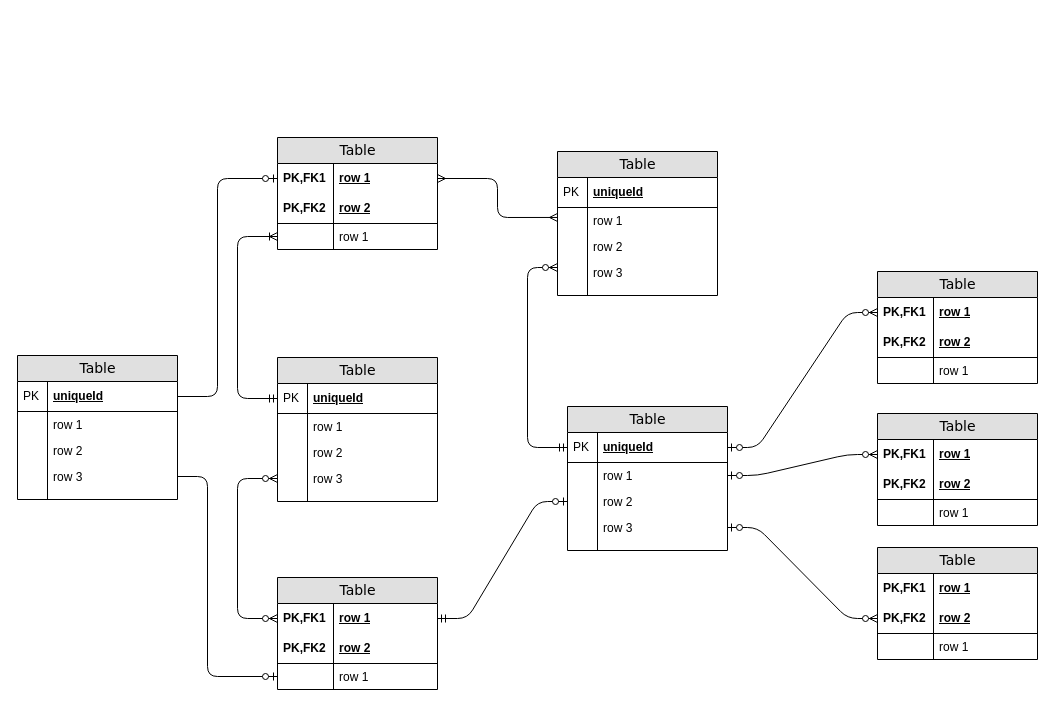
The draw.io diagram Untitled Diagram.drawio in artissce/BD_FALL2024, before the edit. Source tidied: cells renumbered, new cells numbered last; positions are measured from the earlier drawing's top-left corner, leaving out a move shared by most shapes. Both pictures are drawn from the tidied source at 100%, with x=0, y=0 at pixel (17, 137).
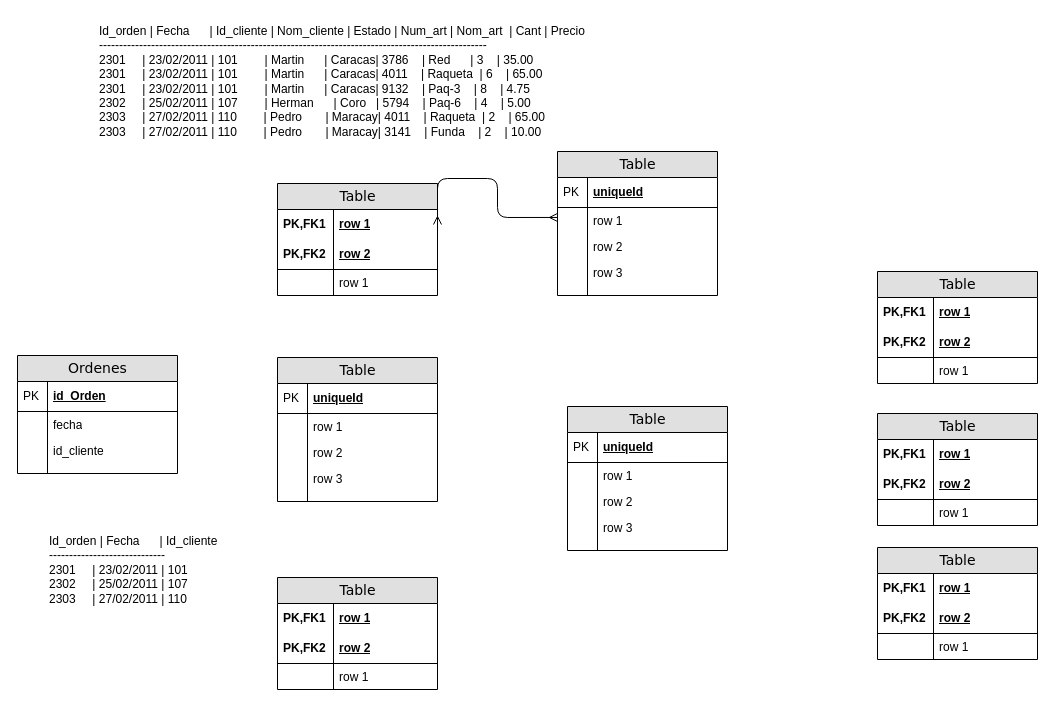
After the change.

Unchanged cells that the change refers to:
```xml
<mxCell id="3" value="row 1" style="shape=partialRectangle;top=0;left=0;right=0;bottom=0;html=1;align=left;verticalAlign=middle;fillColor=none;spacingLeft=60;spacingRight=4;whiteSpace=wrap;overflow=hidden;points=[[0,0.5],[1,0.5]];portConstraint=eastwest;fontStyle=5;" parent="2" vertex="1">
  <mxGeometry y="26" width="160" height="30" as="geometry" />
</mxCell>
<mxCell id="7" value="row 1" style="shape=partialRectangle;top=0;left=0;right=0;bottom=0;html=1;align=left;verticalAlign=top;fillColor=none;spacingLeft=60;spacingRight=4;whiteSpace=wrap;overflow=hidden;points=[[0,0.5],[1,0.5]];portConstraint=eastwest;" parent="2" vertex="1">
  <mxGeometry y="86" width="160" height="26" as="geometry" />
</mxCell>
<mxCell id="16" value="row 3" style="shape=partialRectangle;top=0;left=0;right=0;bottom=0;html=1;align=left;verticalAlign=top;fillColor=none;spacingLeft=34;spacingRight=4;whiteSpace=wrap;overflow=hidden;points=[[0,0.5],[1,0.5]];portConstraint=eastwest;" parent="9" vertex="1">
  <mxGeometry y="108" width="160" height="26" as="geometry" />
</mxCell>
<mxCell id="21" value="uniqueId" style="shape=partialRectangle;top=0;left=0;right=0;bottom=1;html=1;align=left;verticalAlign=middle;fillColor=none;spacingLeft=34;spacingRight=4;whiteSpace=wrap;overflow=hidden;points=[[0,0.5],[1,0.5]];portConstraint=eastwest;fontStyle=5;" parent="20" vertex="1">
  <mxGeometry y="26" width="160" height="30" as="geometry" />
</mxCell>
<mxCell id="27" value="row 3" style="shape=partialRectangle;top=0;left=0;right=0;bottom=0;html=1;align=left;verticalAlign=top;fillColor=none;spacingLeft=34;spacingRight=4;whiteSpace=wrap;overflow=hidden;points=[[0,0.5],[1,0.5]];portConstraint=eastwest;" parent="20" vertex="1">
  <mxGeometry y="108" width="160" height="26" as="geometry" />
</mxCell>
<mxCell id="32" value="uniqueId" style="shape=partialRectangle;top=0;left=0;right=0;bottom=1;html=1;align=left;verticalAlign=middle;fillColor=none;spacingLeft=34;spacingRight=4;whiteSpace=wrap;overflow=hidden;points=[[0,0.5],[1,0.5]];portConstraint=eastwest;fontStyle=5;" parent="31" vertex="1">
  <mxGeometry y="26" width="160" height="30" as="geometry" />
</mxCell>
<mxCell id="34" value="row 1" style="shape=partialRectangle;top=0;left=0;right=0;bottom=0;html=1;align=left;verticalAlign=top;fillColor=none;spacingLeft=34;spacingRight=4;whiteSpace=wrap;overflow=hidden;points=[[0,0.5],[1,0.5]];portConstraint=eastwest;" parent="31" vertex="1">
  <mxGeometry y="56" width="160" height="26" as="geometry" />
</mxCell>
<mxCell id="36" value="row 2" style="shape=partialRectangle;top=0;left=0;right=0;bottom=0;html=1;align=left;verticalAlign=top;fillColor=none;spacingLeft=34;spacingRight=4;whiteSpace=wrap;overflow=hidden;points=[[0,0.5],[1,0.5]];portConstraint=eastwest;" parent="31" vertex="1">
  <mxGeometry y="82" width="160" height="26" as="geometry" />
</mxCell>
<mxCell id="38" value="row 3" style="shape=partialRectangle;top=0;left=0;right=0;bottom=0;html=1;align=left;verticalAlign=top;fillColor=none;spacingLeft=34;spacingRight=4;whiteSpace=wrap;overflow=hidden;points=[[0,0.5],[1,0.5]];portConstraint=eastwest;" parent="31" vertex="1">
  <mxGeometry y="108" width="160" height="26" as="geometry" />
</mxCell>
<mxCell id="43" value="row 1" style="shape=partialRectangle;top=0;left=0;right=0;bottom=0;html=1;align=left;verticalAlign=middle;fillColor=none;spacingLeft=60;spacingRight=4;whiteSpace=wrap;overflow=hidden;points=[[0,0.5],[1,0.5]];portConstraint=eastwest;fontStyle=5;" parent="42" vertex="1">
  <mxGeometry y="26" width="160" height="30" as="geometry" />
</mxCell>
<mxCell id="50" value="row 1" style="shape=partialRectangle;top=0;left=0;right=0;bottom=0;html=1;align=left;verticalAlign=middle;fillColor=none;spacingLeft=60;spacingRight=4;whiteSpace=wrap;overflow=hidden;points=[[0,0.5],[1,0.5]];portConstraint=eastwest;fontStyle=5;" parent="49" vertex="1">
  <mxGeometry y="26" width="160" height="30" as="geometry" />
</mxCell>
<mxCell id="54" value="row 1" style="shape=partialRectangle;top=0;left=0;right=0;bottom=0;html=1;align=left;verticalAlign=top;fillColor=none;spacingLeft=60;spacingRight=4;whiteSpace=wrap;overflow=hidden;points=[[0,0.5],[1,0.5]];portConstraint=eastwest;" parent="49" vertex="1">
  <mxGeometry y="86" width="160" height="26" as="geometry" />
</mxCell>
<mxCell id="63" value="row 1" style="shape=partialRectangle;top=0;left=0;right=0;bottom=0;html=1;align=left;verticalAlign=middle;fillColor=none;spacingLeft=60;spacingRight=4;whiteSpace=wrap;overflow=hidden;points=[[0,0.5],[1,0.5]];portConstraint=eastwest;fontStyle=5;" parent="62" vertex="1">
  <mxGeometry y="26" width="160" height="30" as="geometry" />
</mxCell>
<mxCell id="72" value="row 2" style="shape=partialRectangle;top=0;left=0;right=0;bottom=1;html=1;align=left;verticalAlign=middle;fillColor=none;spacingLeft=60;spacingRight=4;whiteSpace=wrap;overflow=hidden;points=[[0,0.5],[1,0.5]];portConstraint=eastwest;fontStyle=5;" parent="69" vertex="1">
  <mxGeometry y="56" width="160" height="30" as="geometry" />
</mxCell>
```

Change to the diagram source:
```diff
@@
     <mxCell id="2" value="Table" style="swimlane;html=1;fontStyle=0;horizontal=1;startSize=26;fillColor=#e0e0e0;swimlaneFillColor=#ffffff;align=center;rounded=0;shadow=0;comic=0;labelBackgroundColor=none;strokeWidth=1;fontFamily=Verdana;fontSize=14;" parent="1" vertex="1">
-      <mxGeometry x="260" width="160" height="112" as="geometry" />
+      <mxGeometry x="260" y="46" width="160" height="112" as="geometry" />
     </mxCell>
@@
-    <mxCell id="56" style="edgeStyle=orthogonalEdgeStyle;html=1;endArrow=ERoneToMany;startArrow=ERmandOne;labelBackgroundColor=none;fontFamily=Verdana;fontSize=14;entryX=0;entryY=0.5;exitX=0;exitY=0.5;" parent="1" edge="1" source="21" target="7">
-      <mxGeometry relative="1" as="geometry">
-        <Array as="points">
-          <mxPoint x="220" y="261" />
-          <mxPoint x="220" y="99" />
-        </Array>
-      </mxGeometry>
-    </mxCell>
-    <mxCell id="57" style="edgeStyle=orthogonalEdgeStyle;html=1;endArrow=ERzeroToMany;endFill=1;startArrow=ERzeroToMany;labelBackgroundColor=none;fontFamily=Verdana;fontSize=14;entryX=0;entryY=0.5;exitX=0;exitY=0.5;" parent="1" edge="1" source="50" target="27">
-      <mxGeometry relative="1" as="geometry">
-        <Array as="points">
-          <mxPoint x="220" y="481" />
-          <mxPoint x="220" y="341" />
-        </Array>
-      </mxGeometry>
-    </mxCell>
@@
-    <mxCell id="59" style="edgeStyle=orthogonalEdgeStyle;html=1;endArrow=ERzeroToMany;startArrow=ERmandOne;labelBackgroundColor=none;fontFamily=Verdana;fontSize=14;entryX=0;entryY=0.308;entryPerimeter=0;exitX=0;exitY=0.5;" parent="1" edge="1" source="32" target="16">
-      <mxGeometry relative="1" as="geometry">
-        <Array as="points">
-          <mxPoint x="510" y="310" />
-          <mxPoint x="510" y="130" />
-        </Array>
-      </mxGeometry>
-    </mxCell>
-    <mxCell id="60" style="edgeStyle=entityRelationEdgeStyle;html=1;endArrow=ERzeroToOne;startArrow=ERmandOne;labelBackgroundColor=none;fontFamily=Verdana;fontSize=14;exitX=1;exitY=0.5;entryX=0;entryY=0.5;" parent="1" edge="1" source="50" target="36">
-      <mxGeometry relative="1" as="geometry" />
-    </mxCell>
-    <mxCell id="61" style="edgeStyle=entityRelationEdgeStyle;html=1;endArrow=ERzeroToMany;startArrow=ERzeroToOne;labelBackgroundColor=none;fontFamily=Verdana;fontSize=14;entryX=0;entryY=0.5;exitX=1;exitY=0.5;" parent="1" edge="1" source="32" target="43">
-      <mxGeometry relative="1" as="geometry" />
-    </mxCell>
@@
-    <mxCell id="76" style="edgeStyle=entityRelationEdgeStyle;html=1;endArrow=ERzeroToMany;startArrow=ERzeroToOne;labelBackgroundColor=none;fontFamily=Verdana;fontSize=14;entryX=0;entryY=0.5;exitX=1;exitY=0.5;" parent="1" edge="1" source="34" target="63">
-      <mxGeometry relative="1" as="geometry" />
-    </mxCell>
-    <mxCell id="77" style="edgeStyle=entityRelationEdgeStyle;html=1;endArrow=ERzeroToMany;startArrow=ERzeroToOne;labelBackgroundColor=none;fontFamily=Verdana;fontSize=14;entryX=0;entryY=0.5;exitX=1;exitY=0.5;" parent="1" edge="1" source="38" target="72">
-      <mxGeometry relative="1" as="geometry" />
-    </mxCell>
-    <mxCell id="78" value="Table" style="swimlane;html=1;fontStyle=0;horizontal=1;startSize=26;fillColor=#e0e0e0;swimlaneFillColor=#ffffff;align=center;rounded=0;shadow=0;comic=0;labelBackgroundColor=none;strokeWidth=1;fontFamily=Verdana;fontSize=14;" parent="1" vertex="1">
-      <mxGeometry y="218" width="160" height="144" as="geometry" />
+    <mxCell id="78" value="Ordenes" style="swimlane;html=1;fontStyle=0;horizontal=1;startSize=26;fillColor=#e0e0e0;swimlaneFillColor=#ffffff;align=center;rounded=0;shadow=0;comic=0;labelBackgroundColor=none;strokeWidth=1;fontFamily=Verdana;fontSize=14;" parent="1" vertex="1">
+      <mxGeometry y="218" width="160" height="118" as="geometry" />
     </mxCell>
-    <mxCell id="79" value="uniqueId" style="shape=partialRectangle;top=0;left=0;right=0;bottom=1;html=1;align=left;verticalAlign=middle;fillColor=none;spacingLeft=34;spacingRight=4;whiteSpace=wrap;overflow=hidden;points=[[0,0.5],[1,0.5]];portConstraint=eastwest;fontStyle=5;" parent="78" vertex="1">
+    <mxCell id="79" value="id_Orden" style="shape=partialRectangle;top=0;left=0;right=0;bottom=1;html=1;align=left;verticalAlign=middle;fillColor=none;spacingLeft=34;spacingRight=4;whiteSpace=wrap;overflow=hidden;points=[[0,0.5],[1,0.5]];portConstraint=eastwest;fontStyle=5;" parent="78" vertex="1">
       <mxGeometry y="26" width="160" height="30" as="geometry" />
     </mxCell>
@@
-    <mxCell id="81" value="row 1" style="shape=partialRectangle;top=0;left=0;right=0;bottom=0;html=1;align=left;verticalAlign=top;fillColor=none;spacingLeft=34;spacingRight=4;whiteSpace=wrap;overflow=hidden;" parent="78" vertex="1">
+    <mxCell id="81" value="fecha" style="shape=partialRectangle;top=0;left=0;right=0;bottom=0;html=1;align=left;verticalAlign=top;fillColor=none;spacingLeft=34;spacingRight=4;whiteSpace=wrap;overflow=hidden;" parent="78" vertex="1">
       <mxGeometry y="56" width="160" height="26" as="geometry" />
     </mxCell>
@@
-    <mxCell id="83" value="row 2" style="shape=partialRectangle;top=0;left=0;right=0;bottom=0;html=1;align=left;verticalAlign=top;fillColor=none;spacingLeft=34;spacingRight=4;whiteSpace=wrap;overflow=hidden;" parent="78" vertex="1">
+    <mxCell id="83" value="id_cliente" style="shape=partialRectangle;top=0;left=0;right=0;bottom=0;html=1;align=left;verticalAlign=top;fillColor=none;spacingLeft=34;spacingRight=4;whiteSpace=wrap;overflow=hidden;" parent="78" vertex="1">
       <mxGeometry y="82" width="160" height="26" as="geometry" />
     </mxCell>
@@
-    <mxCell id="85" value="row 3" style="shape=partialRectangle;top=0;left=0;right=0;bottom=0;html=1;align=left;verticalAlign=top;fillColor=none;spacingLeft=34;spacingRight=4;whiteSpace=wrap;overflow=hidden;points=[[0,0.5],[1,0.5]];portConstraint=eastwest;" parent="78" vertex="1">
-      <mxGeometry y="108" width="160" height="26" as="geometry" />
-    </mxCell>
-    <mxCell id="86" style="shape=partialRectangle;top=0;left=0;bottom=0;html=1;fillColor=none;align=left;verticalAlign=top;spacingLeft=4;spacingRight=4;whiteSpace=wrap;overflow=hidden;" parent="85" vertex="1">
-      <mxGeometry width="30" height="26" as="geometry" />
-    </mxCell>
     <mxCell id="87" style="shape=partialRectangle;top=0;left=0;right=0;bottom=0;html=1;align=left;verticalAlign=top;fillColor=none;spacingLeft=34;spacingRight=4;whiteSpace=wrap;overflow=hidden;" parent="78" vertex="1">
-      <mxGeometry y="134" width="160" height="10" as="geometry" />
+      <mxGeometry y="108" width="160" height="10" as="geometry" />
     </mxCell>
@@
-    <mxCell id="89" style="edgeStyle=orthogonalEdgeStyle;html=1;endArrow=ERzeroToOne;endFill=1;labelBackgroundColor=none;fontFamily=Verdana;fontSize=14;entryX=0;entryY=0.5;exitX=1;exitY=0.5;" parent="1" edge="1" source="79" target="3">
-      <mxGeometry relative="1" as="geometry">
-        <Array as="points">
-          <mxPoint x="200" y="259" />
-          <mxPoint x="200" y="41" />
-        </Array>
-      </mxGeometry>
-    </mxCell>
-    <mxCell id="90" style="edgeStyle=orthogonalEdgeStyle;html=1;endArrow=ERzeroToOne;endFill=1;labelBackgroundColor=none;fontFamily=Verdana;fontSize=14;entryX=0;entryY=0.5;exitX=1;exitY=0.5;" parent="1" edge="1" source="85" target="54">
-      <mxGeometry relative="1" as="geometry">
-        <Array as="points">
-          <mxPoint x="190" y="339" />
-          <mxPoint x="190" y="539" />
-        </Array>
-      </mxGeometry>
-    </mxCell>
+    <mxCell id="91" value="Id_orden | Fecha      | Id_cliente | Nom_cliente | Estado | Num_art | Nom_art  | Cant | Precio&#10;-------------------------------------------------------------------------------------------------&#10;2301     | 23/02/2011 | 101        | Martin      | Caracas| 3786    | Red      | 3    | 35.00&#10;2301     | 23/02/2011 | 101        | Martin      | Caracas| 4011    | Raqueta  | 6    | 65.00&#10;2301     | 23/02/2011 | 101        | Martin      | Caracas| 9132    | Paq-3    | 8    | 4.75&#10;2302     | 25/02/2011 | 107        | Herman      | Coro   | 5794    | Paq-6    | 4    | 5.00&#10;2303     | 27/02/2011 | 110        | Pedro       | Maracay| 4011    | Raqueta  | 2    | 65.00&#10;2303     | 27/02/2011 | 110        | Pedro       | Maracay| 3141    | Funda    | 2    | 10.00" style="text;whiteSpace=wrap;" parent="1" vertex="1">
+      <mxGeometry x="80" y="-120" width="590" height="100" as="geometry" />
+    </mxCell>
+    <mxCell id="92" value="Id_orden | Fecha      | Id_cliente&#10;-----------------------------&#10;2301     | 23/02/2011 | 101&#10;2302     | 25/02/2011 | 107&#10;2303     | 27/02/2011 | 110" style="text;whiteSpace=wrap;" parent="1" vertex="1">
+      <mxGeometry x="30" y="390" width="200" height="100" as="geometry" />
+    </mxCell>
```
